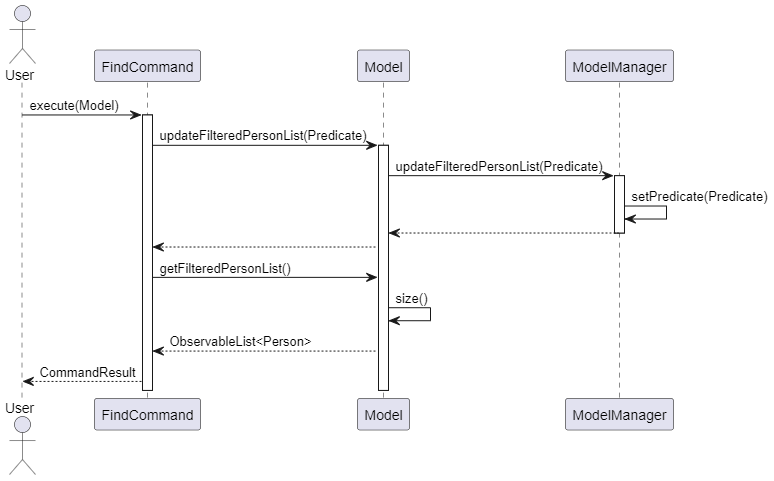
Before: docs/images/FindSequenceDiagram.png, a diagram exported from PlantUML (nus-cs2103-AY2425S1/tp). Its source is kept beside it as docs/diagrams/FindSequenceDiagram.puml. The source it was exported from:
```plantuml
@startuml FindSequenceDiagram

actor User
participant FindCommand
participant Model
participant ModelManager

User -> FindCommand: execute(Model)
activate FindCommand

FindCommand -> Model: updateFilteredPersonList(Predicate)
activate Model

Model -> ModelManager: updateFilteredPersonList(Predicate)
activate ModelManager

ModelManager -> ModelManager: setPredicate(Predicate)


ModelManager --> Model:
deactivate ModelManager


Model --> FindCommand:

FindCommand -> Model: getFilteredPersonList()
Model -> Model: size()
Model --> FindCommand: ObservableList<Person>

FindCommand --> User: CommandResult

@enduml
```
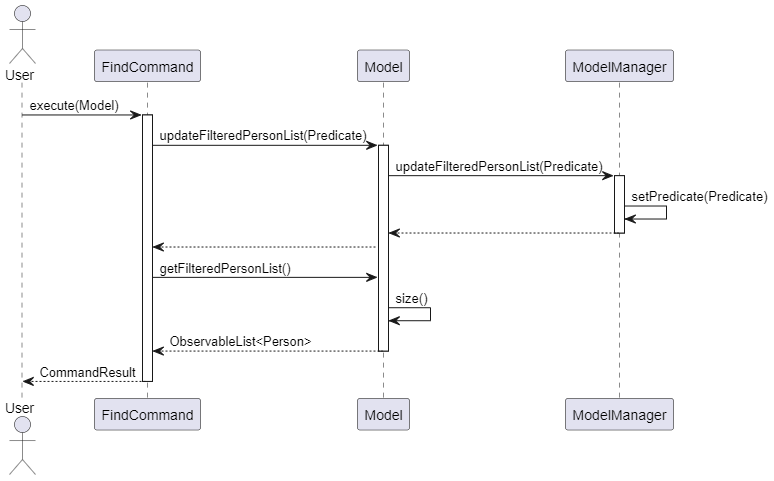
The same diagram one commit later.

Commit message:
Adjust activation bar length in diagram

Change to the diagram source:
```diff
@@ -26,7 +26,9 @@
 FindCommand -> Model: getFilteredPersonList()
 Model -> Model: size()
 Model --> FindCommand: ObservableList<Person>
+deactivate Model
 
 FindCommand --> User: CommandResult
+deactivate FindCommand
 
 @enduml
```
